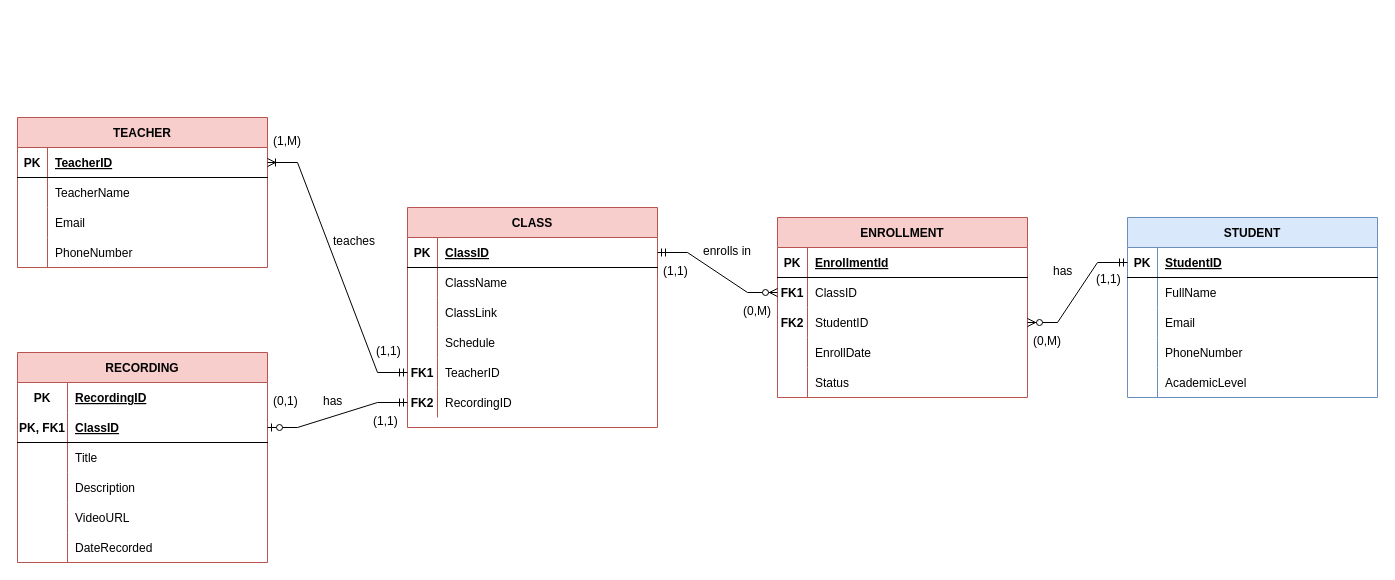
EzraChai/CMT221-Assignment keeps this draw.io diagram as CMT221_Assignment.drawio. Above is the earlier version. Source tidied: cells renumbered, new cells numbered last; positions are measured from the earlier drawing's top-left corner, leaving out a move shared by most shapes. Both pictures are drawn from the tidied source at 100%, with x=0, y=0 at pixel (17, 117).
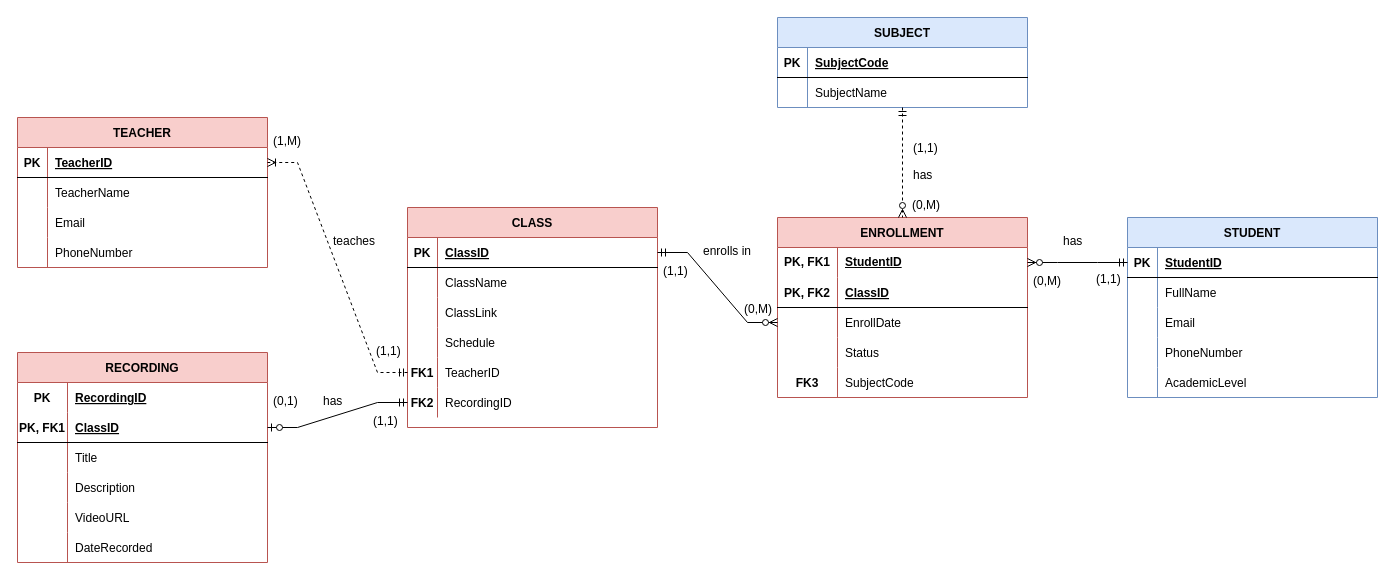
After the change.

Unchanged cells that the change refers to:
```xml
<mxCell id="2" value="ENROLLMENT" style="shape=table;startSize=30;childLayout=tableLayout;rowLines=0;fontStyle=1;align=center;fillColor=#f8cecc;strokeColor=#b85450;" parent="1" vertex="1">
  <mxGeometry x="760" y="100" width="250" height="180" as="geometry" />
</mxCell>
<mxCell id="19" style="shape=partialRectangle;fillColor=none;points=[[0,0.5],[1,0.5]];portConstraint=eastwest;top=0;left=0;right=0;bottom=1;" parent="18" vertex="1">
  <mxGeometry y="30" width="250" height="30" as="geometry" />
</mxCell>
<mxCell id="32" style="shape=partialRectangle;fillColor=none;points=[[0,0.5],[1,0.5]];portConstraint=eastwest;top=0;left=0;right=0;bottom=1;" parent="31" vertex="1">
  <mxGeometry y="30" width="250" height="30" as="geometry" />
</mxCell>
<mxCell id="44" style="shape=partialRectangle;fillColor=none;points=[[0,0.5],[1,0.5]];portConstraint=eastwest;top=0;left=0;right=0;bottom=0;" parent="31" vertex="1">
  <mxGeometry y="150" width="250" height="30" as="geometry" />
</mxCell>
<mxCell id="82" style="shape=partialRectangle;fillColor=none;points=[[0,0.5],[1,0.5]];portConstraint=eastwest;top=0;left=0;right=0;bottom=1;" parent="81" vertex="1">
  <mxGeometry y="30" width="250" height="30" as="geometry" />
</mxCell>
```

What changed in the source:
```diff
@@
+    <mxCell id="101" style="shape=tableRow;horizontal=0;startSize=0;swimlaneHead=0;swimlaneBody=0;fillColor=none;points=[[0,0.5],[1,0.5]];portConstraint=eastwest;top=0;left=0;right=0;bottom=0;" parent="2" vertex="1">
+      <mxGeometry y="30" width="250" height="30" as="geometry" />
+    </mxCell>
+    <mxCell id="102" value="&lt;b&gt;PK, FK1&lt;/b&gt;" style="shape=partialRectangle;fillColor=none;top=0;left=0;bottom=0;right=0;fontStyle=0;overflow=hidden;whiteSpace=wrap;html=1;" parent="101" vertex="1">
+      <mxGeometry width="60" height="30" as="geometry" />
+    </mxCell>
+    <mxCell id="11" value="&lt;b&gt;&lt;u&gt;StudentID&lt;/u&gt;&lt;/b&gt;" style="shape=partialRectangle;fillColor=none;top=0;left=0;bottom=0;right=0;align=left;spacingLeft=6;fontStyle=0;overflow=hidden;whiteSpace=wrap;html=1;" parent="101" vertex="1">
+      <mxGeometry x="60" width="190" height="30" as="geometry" />
+    </mxCell>
     <mxCell id="3" style="shape=partialRectangle;fillColor=none;top=0;left=0;right=0;bottom=1;" parent="2" vertex="1">
-      <mxGeometry y="30" width="250" height="30" as="geometry" />
+      <mxGeometry y="60" width="250" height="30" as="geometry" />
     </mxCell>
-    <mxCell id="4" value="PK" style="shape=partialRectangle;overflow=hidden;fillColor=none;top=0;left=0;bottom=0;right=0;fontStyle=1;" parent="3" vertex="1">
-      <mxGeometry width="30" height="30" as="geometry" />
+    <mxCell id="4" value="PK, FK2" style="shape=partialRectangle;overflow=hidden;fillColor=none;top=0;left=0;bottom=0;right=0;fontStyle=1;" parent="3" vertex="1">
+      <mxGeometry width="60" height="30" as="geometry" />
     </mxCell>
-    <mxCell id="5" value="EnrollmentId" style="shape=partialRectangle;overflow=hidden;fillColor=none;top=0;left=0;bottom=0;right=0;align=left;spacingLeft=6;fontStyle=5;" parent="3" vertex="1">
-      <mxGeometry x="30" width="220" height="30" as="geometry" />
+    <mxCell id="5" value="ClassID" style="shape=partialRectangle;overflow=hidden;fillColor=none;top=0;left=0;bottom=0;right=0;align=left;spacingLeft=6;fontStyle=5;" parent="3" vertex="1">
+      <mxGeometry x="60" width="190" height="30" as="geometry" />
     </mxCell>
-    <mxCell id="6" style="shape=partialRectangle;fillColor=none;points=[[0,0.5],[1,0.5]];portConstraint=eastwest;top=0;left=0;right=0;bottom=0;" parent="2" vertex="1">
-      <mxGeometry y="60" width="250" height="30" as="geometry" />
-    </mxCell>
-    <mxCell id="7" value="FK1" style="shape=partialRectangle;overflow=hidden;fillColor=none;top=0;left=0;bottom=0;right=0;fontStyle=1;" parent="6" vertex="1">
-      <mxGeometry width="30" height="30" as="geometry" />
-    </mxCell>
-    <mxCell id="8" value="ClassID" style="shape=partialRectangle;overflow=hidden;fillColor=none;top=0;left=0;bottom=0;right=0;align=left;spacingLeft=6;" parent="6" vertex="1">
-      <mxGeometry x="30" width="220" height="30" as="geometry" />
-    </mxCell>
-    <mxCell id="9" style="shape=partialRectangle;fillColor=none;points=[[0,0.5],[1,0.5]];portConstraint=eastwest;top=0;left=0;right=0;bottom=0;" parent="2" vertex="1">
-      <mxGeometry y="90" width="250" height="30" as="geometry" />
-    </mxCell>
-    <mxCell id="10" value="FK2" style="shape=partialRectangle;overflow=hidden;fillColor=none;top=0;left=0;bottom=0;right=0;fontStyle=1;" parent="9" vertex="1">
-      <mxGeometry width="30" height="30" as="geometry" />
-    </mxCell>
-    <mxCell id="11" value="StudentID" style="shape=partialRectangle;overflow=hidden;fillColor=none;top=0;left=0;bottom=0;right=0;align=left;spacingLeft=6;" parent="9" vertex="1">
-      <mxGeometry x="30" width="220" height="30" as="geometry" />
-    </mxCell>
     <mxCell id="12" style="shape=partialRectangle;fillColor=none;top=0;left=0;right=0;bottom=0;" parent="2" vertex="1">
-      <mxGeometry y="120" width="250" height="30" as="geometry" />
+      <mxGeometry y="90" width="250" height="30" as="geometry" />
     </mxCell>
     <mxCell id="13" style="shape=partialRectangle;overflow=hidden;fillColor=none;top=0;left=0;bottom=0;right=0;" parent="12" vertex="1">
-      <mxGeometry width="30" height="30" as="geometry" />
+      <mxGeometry width="60" height="30" as="geometry" />
     </mxCell>
     <mxCell id="14" value="EnrollDate" style="shape=partialRectangle;overflow=hidden;fillColor=none;top=0;left=0;bottom=0;right=0;align=left;spacingLeft=6;" parent="12" vertex="1">
-      <mxGeometry x="30" width="220" height="30" as="geometry" />
+      <mxGeometry x="60" width="190" height="30" as="geometry" />
     </mxCell>
     <mxCell id="15" style="shape=partialRectangle;fillColor=none;top=0;left=0;right=0;bottom=0;" parent="2" vertex="1">
-      <mxGeometry y="150" width="250" height="30" as="geometry" />
+      <mxGeometry y="120" width="250" height="30" as="geometry" />
     </mxCell>
     <mxCell id="16" style="shape=partialRectangle;overflow=hidden;fillColor=none;top=0;left=0;bottom=0;right=0;" parent="15" vertex="1">
-      <mxGeometry width="30" height="30" as="geometry" />
+      <mxGeometry width="60" height="30" as="geometry" />
     </mxCell>
     <mxCell id="17" value="Status" style="shape=partialRectangle;overflow=hidden;fillColor=none;top=0;left=0;bottom=0;right=0;align=left;spacingLeft=6;" parent="15" vertex="1">
-      <mxGeometry x="30" width="220" height="30" as="geometry" />
+      <mxGeometry x="60" width="190" height="30" as="geometry" />
     </mxCell>
+    <mxCell id="103" style="shape=partialRectangle;fillColor=none;top=0;left=0;right=0;bottom=0;" parent="2" vertex="1">
+      <mxGeometry y="150" width="250" height="30" as="geometry" />
+    </mxCell>
+    <mxCell id="104" value="FK3" style="shape=partialRectangle;overflow=hidden;fillColor=none;top=0;left=0;bottom=0;right=0;fontStyle=1;" parent="103" vertex="1">
+      <mxGeometry width="60" height="30" as="geometry" />
+    </mxCell>
+    <mxCell id="105" value="SubjectCode" style="shape=partialRectangle;overflow=hidden;fillColor=none;top=0;left=0;bottom=0;right=0;align=left;spacingLeft=6;fontStyle=0;" parent="103" vertex="1">
+      <mxGeometry x="60" width="190" height="30" as="geometry" />
+    </mxCell>
@@
     <mxCell id="75" value="(0,M)" style="text;strokeColor=none;fillColor=none;spacingLeft=4;spacingRight=4;overflow=hidden;fontSize=12;whiteSpace=wrap;html=1;" parent="1" vertex="1">
-      <mxGeometry x="720" y="180" width="40" height="30" as="geometry" />
+      <mxGeometry x="721" y="178" width="40" height="30" as="geometry" />
     </mxCell>
@@
-    <mxCell id="77" style="edgeStyle=entityRelationEdgeStyle;fontSize=12;html=1;endArrow=ERzeroToMany;startArrow=ERmandOne;rounded=0;entryX=0;entryY=0.5;entryDx=0;entryDy=0;exitX=1;exitY=0.5;exitDx=0;exitDy=0;" parent="1" edge="1" source="32" target="6">
-      <mxGeometry relative="1" as="geometry" />
+    <mxCell id="77" style="edgeStyle=entityRelationEdgeStyle;fontSize=12;html=1;endArrow=ERzeroToMany;startArrow=ERmandOne;rounded=0;entryX=0;entryY=0.5;entryDx=0;entryDy=0;exitX=1;exitY=0.5;exitDx=0;exitDy=0;" parent="1" edge="1" source="32">
+      <mxGeometry relative="1" as="geometry">
+        <mxPoint x="760" y="205" as="targetPoint" />
+      </mxGeometry>
     </mxCell>
@@
-    <mxCell id="80" style="edgeStyle=entityRelationEdgeStyle;fontSize=12;html=1;endArrow=ERoneToMany;startArrow=ERmandOne;rounded=0;exitX=0;exitY=0.5;exitDx=0;exitDy=0;entryX=1;entryY=0.5;entryDx=0;entryDy=0;" parent="1" edge="1" source="44" target="19">
+    <mxCell id="80" style="edgeStyle=entityRelationEdgeStyle;fontSize=12;html=1;endArrow=ERoneToMany;startArrow=ERmandOne;rounded=0;exitX=0;exitY=0.5;exitDx=0;exitDy=0;entryX=1;entryY=0.5;entryDx=0;entryDy=0;strokeColor=default;dashed=1;" parent="1" edge="1" source="44" target="19">
       <mxGeometry relative="1" as="geometry" />
     </mxCell>
@@
-    <mxCell id="97" style="edgeStyle=entityRelationEdgeStyle;fontSize=12;html=1;endArrow=ERzeroToMany;startArrow=ERmandOne;rounded=0;entryX=1;entryY=0.5;entryDx=0;entryDy=0;exitX=0;exitY=0.5;exitDx=0;exitDy=0;" parent="1" edge="1" source="82" target="9">
+    <mxCell id="97" style="edgeStyle=entityRelationEdgeStyle;fontSize=12;html=1;endArrow=ERzeroToMany;startArrow=ERmandOne;rounded=0;entryX=1;entryY=0.5;entryDx=0;entryDy=0;exitX=0;exitY=0.5;exitDx=0;exitDy=0;" parent="1" edge="1" source="82" target="101">
       <mxGeometry relative="1" as="geometry" />
     </mxCell>
     <mxCell id="98" value="has" style="text;strokeColor=none;fillColor=none;spacingLeft=4;spacingRight=4;overflow=hidden;fontSize=12;whiteSpace=wrap;html=1;" parent="1" vertex="1">
-      <mxGeometry x="1030" y="140" width="60" height="30" as="geometry" />
+      <mxGeometry x="1040" y="110" width="60" height="30" as="geometry" />
     </mxCell>
@@
     <mxCell id="100" value="(0,M)" style="text;strokeColor=none;fillColor=none;spacingLeft=4;spacingRight=4;overflow=hidden;fontSize=12;whiteSpace=wrap;html=1;" parent="1" vertex="1">
-      <mxGeometry x="1010" y="210" width="40" height="30" as="geometry" />
+      <mxGeometry x="1010" y="150" width="40" height="30" as="geometry" />
     </mxCell>
+    <mxCell id="106" value="SUBJECT" style="shape=table;startSize=30;childLayout=tableLayout;rowLines=0;fontStyle=1;align=center;fillColor=#dae8fc;strokeColor=#6c8ebf;" parent="1" vertex="1">
+      <mxGeometry x="760" y="-100" width="250" height="90" as="geometry" />
+    </mxCell>
+    <mxCell id="107" style="shape=partialRectangle;fillColor=none;top=0;left=0;right=0;bottom=1;" parent="106" vertex="1">
+      <mxGeometry y="30" width="250" height="30" as="geometry" />
+    </mxCell>
+    <mxCell id="108" value="PK" style="shape=partialRectangle;overflow=hidden;fillColor=none;top=0;left=0;bottom=0;right=0;fontStyle=1;" parent="107" vertex="1">
+      <mxGeometry width="30" height="30" as="geometry" />
+    </mxCell>
+    <mxCell id="109" value="SubjectCode" style="shape=partialRectangle;overflow=hidden;fillColor=none;top=0;left=0;bottom=0;right=0;align=left;spacingLeft=6;fontStyle=5;" parent="107" vertex="1">
+      <mxGeometry x="30" width="220" height="30" as="geometry" />
+    </mxCell>
+    <mxCell id="6" style="shape=partialRectangle;fillColor=none;points=[[0,0.5],[1,0.5]];portConstraint=eastwest;top=0;left=0;right=0;bottom=0;" parent="106" vertex="1">
+      <mxGeometry y="60" width="250" height="30" as="geometry" />
+    </mxCell>
+    <mxCell id="110" style="shape=partialRectangle;overflow=hidden;fillColor=none;top=0;left=0;bottom=0;right=0;fontStyle=1;" parent="6" vertex="1">
+      <mxGeometry width="30" height="30" as="geometry" />
+    </mxCell>
+    <mxCell id="111" value="SubjectName" style="shape=partialRectangle;overflow=hidden;fillColor=none;top=0;left=0;bottom=0;right=0;align=left;spacingLeft=6;" parent="6" vertex="1">
+      <mxGeometry x="30" width="220" height="30" as="geometry" />
+    </mxCell>
+    <mxCell id="112" style="fontSize=12;html=1;endArrow=ERzeroToMany;startArrow=ERmandOne;rounded=0;entryX=0.5;entryY=0;entryDx=0;entryDy=0;exitX=0.5;exitY=1;exitDx=0;exitDy=0;dashed=1;" parent="1" edge="1" source="106" target="2">
+      <mxGeometry relative="1" as="geometry" />
+    </mxCell>
+    <mxCell id="113" value="(1,1)" style="text;strokeColor=none;fillColor=none;spacingLeft=4;spacingRight=4;overflow=hidden;fontSize=12;whiteSpace=wrap;html=1;" parent="1" vertex="1">
+      <mxGeometry x="890" y="17" width="60" height="30" as="geometry" />
+    </mxCell>
+    <mxCell id="114" value="(0,M)" style="text;strokeColor=none;fillColor=none;spacingLeft=4;spacingRight=4;overflow=hidden;fontSize=12;whiteSpace=wrap;html=1;" parent="1" vertex="1">
+      <mxGeometry x="889" y="74" width="40" height="30" as="geometry" />
+    </mxCell>
+    <mxCell id="115" value="has" style="text;strokeColor=none;fillColor=none;spacingLeft=4;spacingRight=4;overflow=hidden;fontSize=12;whiteSpace=wrap;html=1;" parent="1" vertex="1">
+      <mxGeometry x="890" y="44" width="60" height="30" as="geometry" />
+    </mxCell>
```
